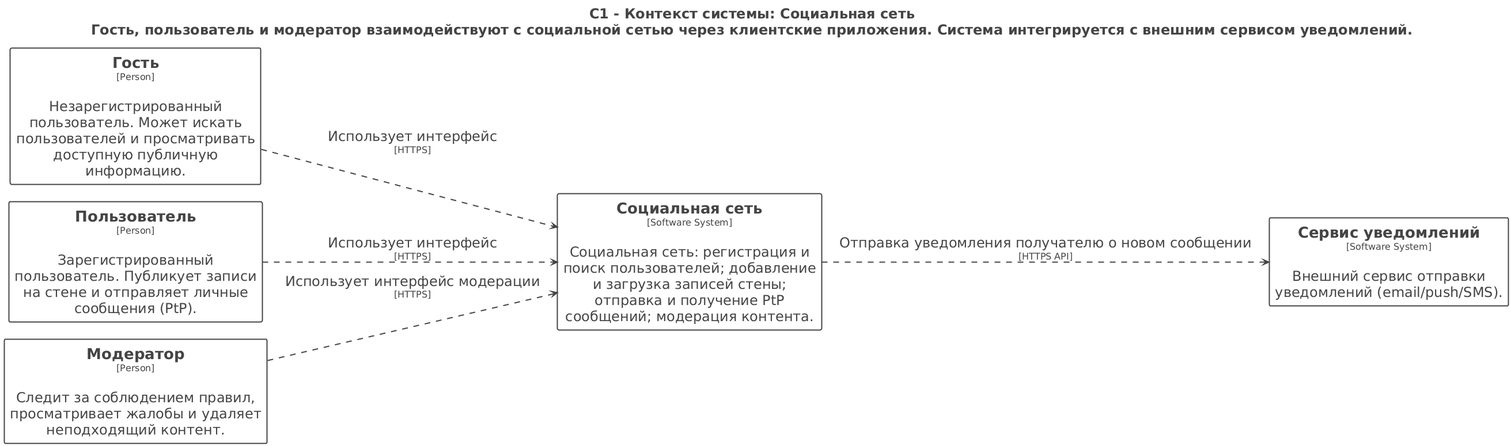
This is lab1/puml/structurizr-C1-SystemContext.png from lesopylka/architecture_python, a PlantUML export, as it was before one commit.
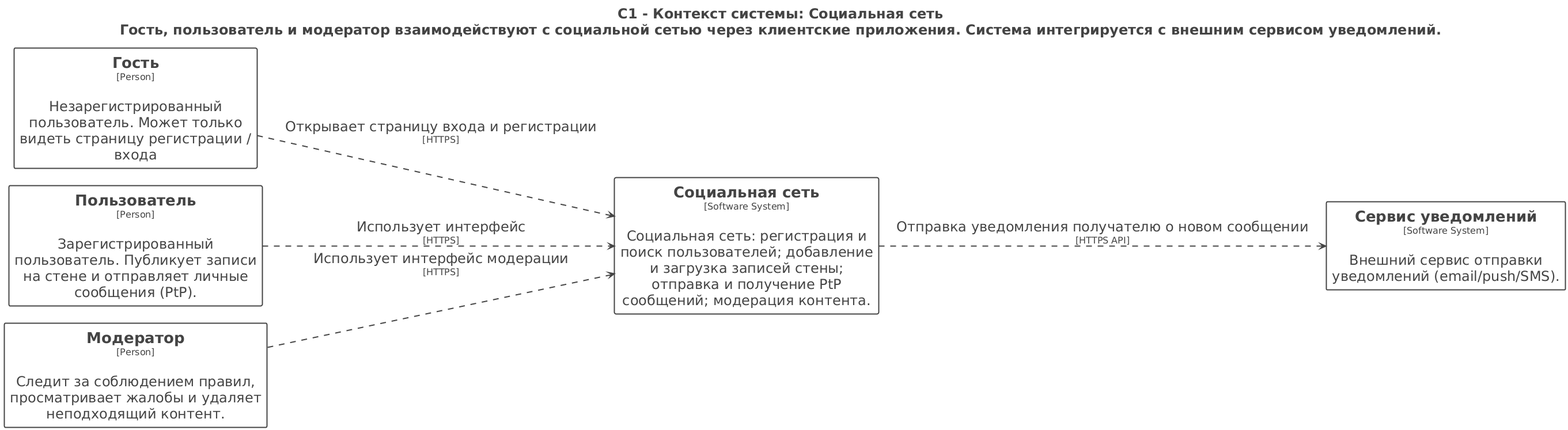
The same diagram one commit later.

Change to the diagram source:
```diff
@@ -34,13 +34,13 @@
   }
 </style>
 
-rectangle "==Гость\n<size:16>[Person]</size>\n\nНезарегистрированный пользователь. Может искать пользователей и просматривать доступную публичную информацию." <<Element-RWxlbWVudA==>> as Гость
+rectangle "==Гость\n<size:16>[Person]</size>\n\nНезарегистрированный пользователь. Может только видеть страницу регистрации / входа" <<Element-RWxlbWVudA==>> as Гость
 rectangle "==Пользователь\n<size:16>[Person]</size>\n\nЗарегистрированный пользователь. Публикует записи на стене и отправляет личные сообщения (PtP)." <<Element-RWxlbWVudA==>> as Пользователь
 rectangle "==Модератор\n<size:16>[Person]</size>\n\nСледит за соблюдением правил, просматривает жалобы и удаляет неподходящий контент." <<Element-RWxlbWVudA==>> as Модератор
 rectangle "==Сервис уведомлений\n<size:16>[Software System]</size>\n\nВнешний сервис отправки уведомлений (email/push/SMS)." <<Element-RWxlbWVudA==>> as Сервисуведомлений
 rectangle "==Социальная сеть\n<size:16>[Software System]</size>\n\nСоциальная сеть: регистрация и поиск пользователей; добавление и загрузка записей стены; отправка и получение PtP сообщений; модерация контента." <<Element-RWxlbWVudA==>> as Социальнаясеть
 
-Гость --> Социальнаясеть <<Relationship-UmVsYXRpb25zaGlw>> : "Использует интерфейс\n<size:16>[HTTPS]</size>"
+Гость --> Социальнаясеть <<Relationship-UmVsYXRpb25zaGlw>> : "Открывает страницу входа и регистрации\n<size:16>[HTTPS]</size>"
 Пользователь --> Социальнаясеть <<Relationship-UmVsYXRpb25zaGlw>> : "Использует интерфейс\n<size:16>[HTTPS]</size>"
 Модератор --> Социальнаясеть <<Relationship-UmVsYXRpb25zaGlw>> : "Использует интерфейс модерации\n<size:16>[HTTPS]</size>"
 Социальнаясеть --> Сервисуведомлений <<Relationship-UmVsYXRpb25zaGlw>> : "Отправка уведомления получателю о новом сообщении\n<size:16>[HTTPS API]</size>"
```
